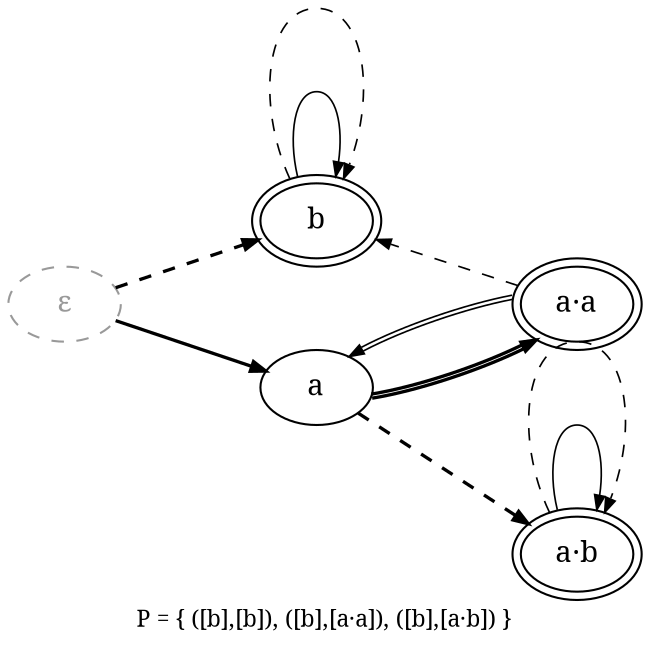
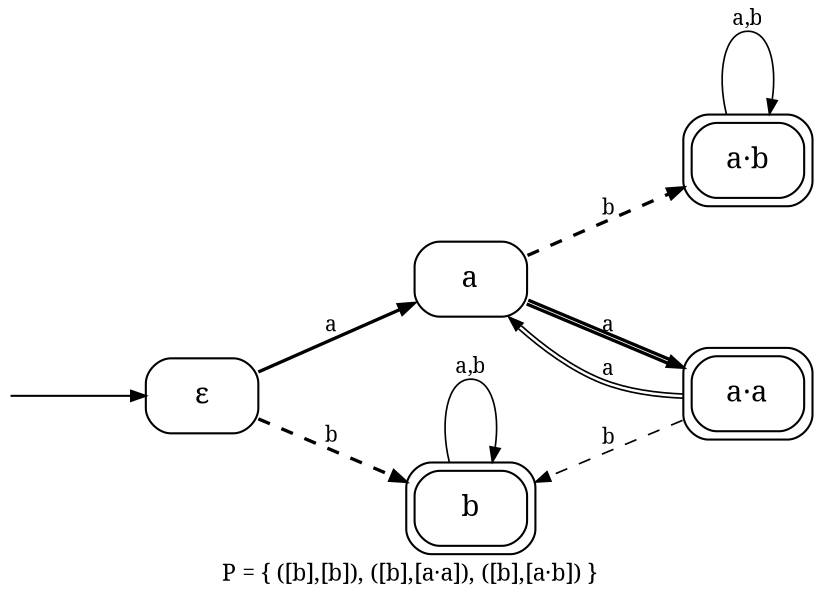
// sos2cayley even.sos --rename a=a,!a=b
digraph core_F2_even {
  rankdir=LR;
  ranksep=0.87; nodesep=0.55;
-   node [shape=ellipse, fontname="serif", margin="0.04,0.02"];
-   edge [fontname="serif", arrowsize=0.7];
+   node [shape=box, style=rounded, fontname="serif", margin="0.06,0.03"];
+   edge [fontname="serif", fontsize=10, arrowsize=0.7];
  label="P = { ([b],[b]), ([b],[a·a]), ([b],[a·b]) }"; labelloc="b"; labeljust="c";
  fontname="serif"; fontsize=11;

-   eps [label="ε", style=dashed, color="grey60", fontcolor="grey60"];
+   eps [label="ε"];
  a [label="a"];
  b [label="b", peripheries=2];
  aa [label="a·a", peripheries=2];
  ab [label="a·b", peripheries=2];
+   _init [shape=none, label="", width=0.02, height=0.02];
+   _init -> eps;

  { rank=same; eps; }
  { rank=same; a b; }
  { rank=same; aa ab; }

-   eps -> a [style=solid, penwidth=1.6];
-   eps -> b [style=dashed, penwidth=1.6];
-   a -> aa [style=solid, penwidth=1.6, color="black:black"];
-   a -> ab [style=dashed, penwidth=1.6];
-   b -> b [style=solid, penwidth=0.8];
-   b -> b [style=dashed, penwidth=0.8];
-   aa -> a [style=solid, penwidth=0.8, color="black:black"];
-   aa -> b [style=dashed, penwidth=0.8];
-   ab -> ab [style=solid, penwidth=0.8];
-   ab -> ab [style=dashed, penwidth=0.8];
+   eps -> a [label="a", style=solid, penwidth=1.6];
+   eps -> b [label="b", style=dashed, penwidth=1.6];
+   a -> aa [label="a", style=solid, penwidth=1.6, color="black:black"];
+   a -> ab [label="b", style=dashed, penwidth=1.6];
+   b -> b [label="a,b", style=solid, penwidth=0.8];
+   aa -> a [label="a", style=solid, penwidth=0.8, color="black:black"];
+   aa -> b [label="b", style=dashed, penwidth=0.8];
+   ab -> ab [label="a,b", style=solid, penwidth=0.8];
}
